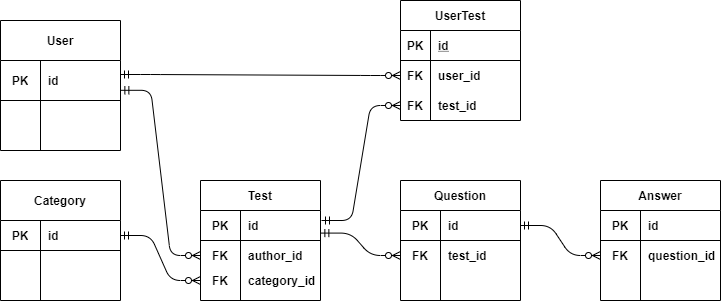
The draw.io diagram tmp/ER_model_diagram.png in svslight/test-guru, before a commit. Source tidied: cells renumbered, new cells last; positions are measured from the earlier drawing's top-left corner, leaving out a move shared by most shapes. Source of this version:
```xml
<mxGraphModel>
  <root>
    <mxCell id="0" />
    <mxCell id="1" parent="0" />
    <mxCell id="2" style="edgeStyle=entityRelationEdgeStyle;fontSize=12;html=1;endArrow=ERzeroToMany;startArrow=ERmandOne;entryX=0;entryY=0.5;entryDx=0;entryDy=0;exitX=1;exitY=0.5;exitDx=0;exitDy=0;" parent="1" edge="1" source="25" target="41">
      <mxGeometry relative="1" as="geometry" />
    </mxCell>
    <mxCell id="3" style="edgeStyle=entityRelationEdgeStyle;fontSize=12;html=1;endArrow=ERzeroToMany;startArrow=ERmandOne;entryX=0;entryY=0.5;entryDx=0;entryDy=0;" parent="1" edge="1" target="62">
      <mxGeometry relative="1" as="geometry">
        <mxPoint x="321" y="220" as="sourcePoint" />
      </mxGeometry>
    </mxCell>
    <mxCell id="4" style="edgeStyle=entityRelationEdgeStyle;fontSize=12;html=1;endArrow=ERzeroToMany;startArrow=ERmandOne;entryX=0;entryY=0.5;entryDx=0;entryDy=0;" parent="1" edge="1" target="59">
      <mxGeometry relative="1" as="geometry">
        <mxPoint x="120" y="74" as="sourcePoint" />
      </mxGeometry>
    </mxCell>
    <mxCell id="5" style="edgeStyle=entityRelationEdgeStyle;fontSize=12;html=1;endArrow=ERzeroToMany;startArrow=ERmandOne;exitX=1.003;exitY=0.753;exitDx=0;exitDy=0;entryX=0;entryY=0.5;entryDx=0;entryDy=0;exitPerimeter=0;" parent="1" edge="1" source="35" target="21">
      <mxGeometry relative="1" as="geometry" />
    </mxCell>
    <mxCell id="6" style="edgeStyle=entityRelationEdgeStyle;fontSize=12;html=1;endArrow=ERzeroToMany;startArrow=ERmandOne;entryX=0;entryY=0.5;entryDx=0;entryDy=0;exitX=1;exitY=0.5;exitDx=0;exitDy=0;" parent="1" edge="1" source="18" target="11">
      <mxGeometry relative="1" as="geometry" />
    </mxCell>
    <mxCell id="7" value="Answer" style="shape=table;html=1;whiteSpace=wrap;startSize=30;rowLines=0;fontStyle=1;align=center;" parent="1" vertex="1">
      <mxGeometry x="600" y="180" width="120" height="120" as="geometry" />
    </mxCell>
    <mxCell id="8" style="shape=partialRectangle;html=1;whiteSpace=wrap;fillColor=none;top=0;left=0;bottom=1;right=0;" parent="7" vertex="1">
      <mxGeometry y="30" width="120" height="30" as="geometry" />
    </mxCell>
    <mxCell id="9" value="&lt;b&gt;PK&lt;/b&gt;" style="shape=partialRectangle;html=1;whiteSpace=wrap;fillColor=none;top=0;left=0;bottom=0;right=0;overflow=hidden;" parent="8" vertex="1">
      <mxGeometry width="40" height="30" as="geometry" />
    </mxCell>
    <mxCell id="10" value="&lt;b&gt;id&lt;/b&gt;" style="shape=partialRectangle;html=1;whiteSpace=wrap;fillColor=none;top=0;left=0;bottom=0;right=0;align=left;spacingLeft=6;overflow=hidden;" parent="8" vertex="1">
      <mxGeometry x="40" width="80" height="30" as="geometry" />
    </mxCell>
    <mxCell id="11" style="shape=partialRectangle;html=1;whiteSpace=wrap;fillColor=none;top=0;left=0;bottom=0;right=0;points=[[0,0.5],[1,0.5]];portConstraint=eastwest;" parent="7" vertex="1">
      <mxGeometry y="60" width="120" height="30" as="geometry" />
    </mxCell>
    <mxCell id="12" value="&lt;b&gt;FK&lt;/b&gt;" style="shape=partialRectangle;html=1;whiteSpace=wrap;fillColor=none;top=0;left=0;bottom=0;right=0;overflow=hidden;" parent="11" vertex="1">
      <mxGeometry width="40" height="30" as="geometry" />
    </mxCell>
    <mxCell id="13" value="&lt;b&gt;question_id&lt;/b&gt;" style="shape=partialRectangle;html=1;whiteSpace=wrap;fillColor=none;top=0;left=0;bottom=0;right=0;align=left;spacingLeft=6;overflow=hidden;" parent="11" vertex="1">
      <mxGeometry x="40" width="80" height="30" as="geometry" />
    </mxCell>
    <mxCell id="14" style="shape=partialRectangle;html=1;whiteSpace=wrap;fillColor=none;top=0;left=0;bottom=0;right=0;" parent="7" vertex="1">
      <mxGeometry y="90" width="120" height="30" as="geometry" />
    </mxCell>
    <mxCell id="15" style="shape=partialRectangle;html=1;whiteSpace=wrap;fillColor=none;top=0;left=0;bottom=0;right=0;overflow=hidden;" parent="14" vertex="1">
      <mxGeometry width="40" height="30" as="geometry" />
    </mxCell>
    <mxCell id="16" style="shape=partialRectangle;html=1;whiteSpace=wrap;fillColor=none;top=0;left=0;bottom=0;right=0;align=left;spacingLeft=6;overflow=hidden;" parent="14" vertex="1">
      <mxGeometry x="40" width="80" height="30" as="geometry" />
    </mxCell>
    <mxCell id="17" value="Question" style="shape=table;html=1;whiteSpace=wrap;startSize=30;rowLines=0;fontStyle=1;align=center;" parent="1" vertex="1">
      <mxGeometry x="400" y="180" width="120" height="120" as="geometry" />
    </mxCell>
    <mxCell id="18" style="shape=partialRectangle;html=1;whiteSpace=wrap;fillColor=none;top=0;left=0;bottom=1;right=0;points=[[0,0.5],[1,0.5]];portConstraint=eastwest;" parent="17" vertex="1">
      <mxGeometry y="30" width="120" height="30" as="geometry" />
    </mxCell>
    <mxCell id="19" value="&lt;b&gt;PK&lt;/b&gt;" style="shape=partialRectangle;html=1;whiteSpace=wrap;fillColor=none;top=0;left=0;bottom=0;right=0;overflow=hidden;" parent="18" vertex="1">
      <mxGeometry width="40" height="30" as="geometry" />
    </mxCell>
    <mxCell id="20" value="&lt;b&gt;id&lt;/b&gt;" style="shape=partialRectangle;html=1;whiteSpace=wrap;fillColor=none;top=0;left=0;bottom=0;right=0;align=left;spacingLeft=6;overflow=hidden;" parent="18" vertex="1">
      <mxGeometry x="40" width="80" height="30" as="geometry" />
    </mxCell>
    <mxCell id="21" style="shape=partialRectangle;html=1;whiteSpace=wrap;fillColor=none;top=0;left=0;bottom=0;right=0;points=[[0,0.5],[1,0.5]];portConstraint=eastwest;" parent="17" vertex="1">
      <mxGeometry y="60" width="120" height="30" as="geometry" />
    </mxCell>
    <mxCell id="22" value="&lt;b&gt;FK&lt;/b&gt;" style="shape=partialRectangle;html=1;whiteSpace=wrap;fillColor=none;top=0;left=0;bottom=0;right=0;overflow=hidden;" parent="21" vertex="1">
      <mxGeometry width="40" height="30" as="geometry" />
    </mxCell>
    <mxCell id="23" value="&lt;b&gt;test_id&lt;/b&gt;" style="shape=partialRectangle;html=1;whiteSpace=wrap;fillColor=none;top=0;left=0;bottom=0;right=0;align=left;spacingLeft=6;overflow=hidden;" parent="21" vertex="1">
      <mxGeometry x="40" width="80" height="30" as="geometry" />
    </mxCell>
    <mxCell id="24" value="Category" style="shape=table;html=1;whiteSpace=wrap;startSize=40;rowLines=0;fontStyle=1;align=center;" parent="1" vertex="1">
      <mxGeometry y="180" width="120" height="120" as="geometry" />
    </mxCell>
    <mxCell id="25" style="shape=partialRectangle;html=1;whiteSpace=wrap;fillColor=none;top=0;left=0;bottom=1;right=0;points=[[0,0.5],[1,0.5]];portConstraint=eastwest;" parent="24" vertex="1">
      <mxGeometry y="40" width="120" height="30" as="geometry" />
    </mxCell>
    <mxCell id="26" value="&lt;b&gt;PK&lt;/b&gt;" style="shape=partialRectangle;html=1;whiteSpace=wrap;fillColor=none;top=0;left=0;bottom=0;right=0;overflow=hidden;" parent="25" vertex="1">
      <mxGeometry width="40" height="30" as="geometry" />
    </mxCell>
    <mxCell id="27" value="&lt;b&gt;id&lt;/b&gt;" style="shape=partialRectangle;html=1;whiteSpace=wrap;fillColor=none;top=0;left=0;bottom=0;right=0;align=left;spacingLeft=6;overflow=hidden;" parent="25" vertex="1">
      <mxGeometry x="40" width="80" height="30" as="geometry" />
    </mxCell>
    <mxCell id="28" style="shape=partialRectangle;html=1;whiteSpace=wrap;fillColor=none;top=0;left=0;bottom=0;right=0;" parent="24" vertex="1">
      <mxGeometry y="70" width="120" height="20" as="geometry" />
    </mxCell>
    <mxCell id="29" style="shape=partialRectangle;html=1;whiteSpace=wrap;fillColor=none;top=0;left=0;bottom=0;right=0;overflow=hidden;" parent="28" vertex="1">
      <mxGeometry width="40" height="20" as="geometry" />
    </mxCell>
    <mxCell id="30" style="shape=partialRectangle;html=1;whiteSpace=wrap;fillColor=none;top=0;left=0;bottom=0;right=0;align=left;spacingLeft=6;overflow=hidden;" parent="28" vertex="1">
      <mxGeometry x="40" width="80" height="20" as="geometry" />
    </mxCell>
    <mxCell id="31" style="shape=partialRectangle;html=1;whiteSpace=wrap;fillColor=none;top=0;left=0;bottom=0;right=0;" parent="24" vertex="1">
      <mxGeometry y="90" width="120" height="20" as="geometry" />
    </mxCell>
    <mxCell id="32" style="shape=partialRectangle;html=1;whiteSpace=wrap;fillColor=none;top=0;left=0;bottom=0;right=0;overflow=hidden;" parent="31" vertex="1">
      <mxGeometry width="40" height="20" as="geometry" />
    </mxCell>
    <mxCell id="33" style="shape=partialRectangle;html=1;whiteSpace=wrap;fillColor=none;top=0;left=0;bottom=0;right=0;align=left;spacingLeft=6;overflow=hidden;" parent="31" vertex="1">
      <mxGeometry x="40" width="80" height="20" as="geometry" />
    </mxCell>
    <mxCell id="34" value="Test" style="shape=table;html=1;whiteSpace=wrap;startSize=30;rowLines=0;fontStyle=1;align=center;" parent="1" vertex="1">
      <mxGeometry x="200" y="180" width="120" height="120" as="geometry" />
    </mxCell>
    <mxCell id="35" style="shape=partialRectangle;html=1;whiteSpace=wrap;fillColor=none;top=0;left=0;bottom=1;right=0;points=[[0,0.5],[1,0.5]];portConstraint=eastwest;" parent="34" vertex="1">
      <mxGeometry y="30" width="120" height="30" as="geometry" />
    </mxCell>
    <mxCell id="36" value="&lt;b&gt;PK&lt;/b&gt;" style="shape=partialRectangle;html=1;whiteSpace=wrap;fillColor=none;top=0;left=0;bottom=0;right=0;overflow=hidden;" parent="35" vertex="1">
      <mxGeometry width="40" height="30" as="geometry" />
    </mxCell>
    <mxCell id="37" value="&lt;b&gt;id&lt;/b&gt;" style="shape=partialRectangle;html=1;whiteSpace=wrap;fillColor=none;top=0;left=0;bottom=0;right=0;align=left;spacingLeft=6;overflow=hidden;" parent="35" vertex="1">
      <mxGeometry x="40" width="80" height="30" as="geometry" />
    </mxCell>
    <mxCell id="38" style="shape=partialRectangle;html=1;whiteSpace=wrap;fillColor=none;top=0;left=0;bottom=0;right=0;points=[[0,0.5],[1,0.5]];portConstraint=eastwest;" parent="34" vertex="1">
      <mxGeometry y="60" width="120" height="30" as="geometry" />
    </mxCell>
    <mxCell id="39" value="&lt;b&gt;FK&lt;/b&gt;" style="shape=partialRectangle;html=1;whiteSpace=wrap;fillColor=none;top=0;left=0;bottom=0;right=0;overflow=hidden;" parent="38" vertex="1">
      <mxGeometry width="40" height="30" as="geometry" />
    </mxCell>
    <mxCell id="40" value="&lt;b&gt;author_id&lt;/b&gt;" style="shape=partialRectangle;html=1;whiteSpace=wrap;fillColor=none;top=0;left=0;bottom=0;right=0;align=left;spacingLeft=6;overflow=hidden;" parent="38" vertex="1">
      <mxGeometry x="40" width="80" height="30" as="geometry" />
    </mxCell>
    <mxCell id="41" style="shape=partialRectangle;html=1;whiteSpace=wrap;fillColor=none;top=0;left=0;bottom=0;right=0;points=[[0,0.5],[1,0.5]];portConstraint=eastwest;" parent="34" vertex="1">
      <mxGeometry y="90" width="120" height="20" as="geometry" />
    </mxCell>
    <mxCell id="42" value="&lt;b&gt;FK&lt;/b&gt;" style="shape=partialRectangle;html=1;whiteSpace=wrap;fillColor=none;top=0;left=0;bottom=0;right=0;overflow=hidden;" parent="41" vertex="1">
      <mxGeometry width="40" height="20" as="geometry" />
    </mxCell>
    <mxCell id="43" value="&lt;b&gt;category_id&lt;/b&gt;" style="shape=partialRectangle;html=1;whiteSpace=wrap;fillColor=none;top=0;left=0;bottom=0;right=0;align=left;spacingLeft=6;overflow=hidden;" parent="41" vertex="1">
      <mxGeometry x="40" width="80" height="20" as="geometry" />
    </mxCell>
    <mxCell id="44" style="edgeStyle=entityRelationEdgeStyle;fontSize=12;html=1;endArrow=ERzeroToMany;startArrow=ERmandOne;entryX=0;entryY=0.5;entryDx=0;entryDy=0;exitX=1.003;exitY=0.745;exitDx=0;exitDy=0;exitPerimeter=0;" parent="1" edge="1" source="46" target="38">
      <mxGeometry relative="1" as="geometry" />
    </mxCell>
    <mxCell id="45" value="User" style="shape=table;html=1;whiteSpace=wrap;startSize=40;rowLines=0;fontStyle=1;align=center;" parent="1" vertex="1">
      <mxGeometry y="20" width="120" height="130" as="geometry" />
    </mxCell>
    <mxCell id="46" style="shape=partialRectangle;html=1;whiteSpace=wrap;fillColor=none;top=0;left=0;bottom=1;right=0;points=[[0,0.5],[1,0.5]];portConstraint=eastwest;" parent="45" vertex="1">
      <mxGeometry y="40" width="120" height="40" as="geometry" />
    </mxCell>
    <mxCell id="47" value="&lt;b&gt;PK&lt;/b&gt;" style="shape=partialRectangle;html=1;whiteSpace=wrap;fillColor=none;top=0;left=0;bottom=0;right=0;overflow=hidden;" parent="46" vertex="1">
      <mxGeometry width="40" height="40" as="geometry" />
    </mxCell>
    <mxCell id="48" value="&lt;b&gt;id&lt;/b&gt;" style="shape=partialRectangle;html=1;whiteSpace=wrap;fillColor=none;top=0;left=0;bottom=0;right=0;align=left;spacingLeft=6;overflow=hidden;" parent="46" vertex="1">
      <mxGeometry x="40" width="80" height="40" as="geometry" />
    </mxCell>
    <mxCell id="49" style="shape=partialRectangle;html=1;whiteSpace=wrap;fillColor=none;top=0;left=0;bottom=0;right=0;" parent="45" vertex="1">
      <mxGeometry y="80" width="120" height="30" as="geometry" />
    </mxCell>
    <mxCell id="50" style="shape=partialRectangle;html=1;whiteSpace=wrap;fillColor=none;top=0;left=0;bottom=0;right=0;overflow=hidden;" parent="49" vertex="1">
      <mxGeometry width="40" height="30" as="geometry" />
    </mxCell>
    <mxCell id="51" style="shape=partialRectangle;html=1;whiteSpace=wrap;fillColor=none;top=0;left=0;bottom=0;right=0;align=left;spacingLeft=6;overflow=hidden;" parent="49" vertex="1">
      <mxGeometry x="40" width="80" height="30" as="geometry" />
    </mxCell>
    <mxCell id="52" style="shape=partialRectangle;html=1;whiteSpace=wrap;fillColor=none;top=0;left=0;bottom=0;right=0;" parent="45" vertex="1">
      <mxGeometry y="110" width="120" height="20" as="geometry" />
    </mxCell>
    <mxCell id="53" style="shape=partialRectangle;html=1;whiteSpace=wrap;fillColor=none;top=0;left=0;bottom=0;right=0;overflow=hidden;" parent="52" vertex="1">
      <mxGeometry width="40" height="20" as="geometry" />
    </mxCell>
    <mxCell id="54" style="shape=partialRectangle;html=1;whiteSpace=wrap;fillColor=none;top=0;left=0;bottom=0;right=0;align=left;spacingLeft=6;overflow=hidden;" parent="52" vertex="1">
      <mxGeometry x="40" width="80" height="20" as="geometry" />
    </mxCell>
    <mxCell id="55" value="UserTest" style="shape=table;startSize=30;rowLines=0;fontStyle=1;align=center;" parent="1" vertex="1">
      <mxGeometry x="400" width="120" height="120" as="geometry" />
    </mxCell>
    <mxCell id="56" style="shape=partialRectangle;fillColor=none;top=0;left=0;bottom=1;right=0;" parent="55" vertex="1">
      <mxGeometry y="30" width="120" height="30" as="geometry" />
    </mxCell>
    <mxCell id="57" value="PK" style="shape=partialRectangle;fillColor=none;top=0;left=0;bottom=0;right=0;fontStyle=1;overflow=hidden;" parent="56" vertex="1">
      <mxGeometry width="30" height="30" as="geometry" />
    </mxCell>
    <mxCell id="58" value="id" style="shape=partialRectangle;fillColor=none;top=0;left=0;bottom=0;right=0;align=left;spacingLeft=6;fontStyle=5;overflow=hidden;" parent="56" vertex="1">
      <mxGeometry x="30" width="90" height="30" as="geometry" />
    </mxCell>
    <mxCell id="59" style="shape=partialRectangle;fillColor=none;top=0;left=0;bottom=0;right=0;points=[[0,0.5],[1,0.5]];portConstraint=eastwest;" parent="55" vertex="1">
      <mxGeometry y="60" width="120" height="30" as="geometry" />
    </mxCell>
    <mxCell id="60" value="FK" style="shape=partialRectangle;fillColor=none;top=0;left=0;bottom=0;right=0;overflow=hidden;fontStyle=1;" parent="59" vertex="1">
      <mxGeometry width="30" height="30" as="geometry" />
    </mxCell>
    <mxCell id="61" value="user_id" style="shape=partialRectangle;fillColor=none;top=0;left=0;bottom=0;right=0;align=left;spacingLeft=6;overflow=hidden;fontStyle=1;" parent="59" vertex="1">
      <mxGeometry x="30" width="90" height="30" as="geometry" />
    </mxCell>
    <mxCell id="62" style="shape=partialRectangle;fillColor=none;top=0;left=0;bottom=0;right=0;points=[[0,0.5],[1,0.5]];portConstraint=eastwest;" parent="55" vertex="1">
      <mxGeometry y="90" width="120" height="30" as="geometry" />
    </mxCell>
    <mxCell id="63" value="FK" style="shape=partialRectangle;fillColor=none;top=0;left=0;bottom=0;right=0;overflow=hidden;fontStyle=1;" parent="62" vertex="1">
      <mxGeometry width="30" height="30" as="geometry" />
    </mxCell>
    <mxCell id="64" value="test_id" style="shape=partialRectangle;fillColor=none;top=0;left=0;bottom=0;right=0;align=left;spacingLeft=6;overflow=hidden;fontStyle=1;" parent="62" vertex="1">
      <mxGeometry x="30" width="90" height="30" as="geometry" />
    </mxCell>
  </root>
</mxGraphModel>
```
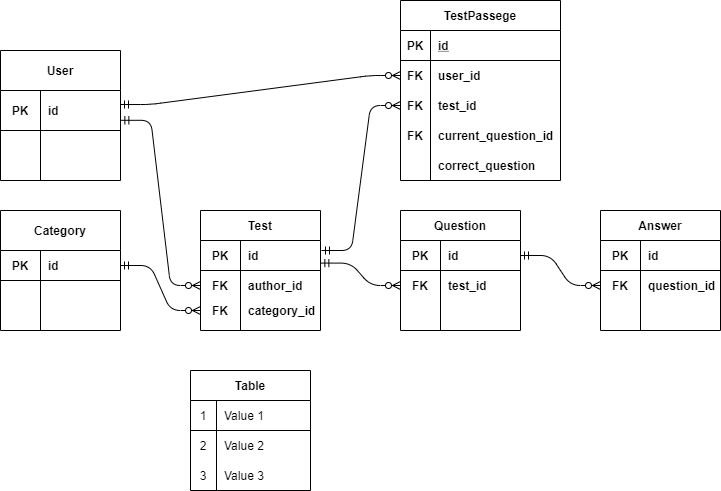
Later version of the same file.

The edit, as a diff of the source:
```diff
@@ -165,35 +165,83 @@
     <mxCell id="54" style="shape=partialRectangle;html=1;whiteSpace=wrap;fillColor=none;top=0;left=0;bottom=0;right=0;align=left;spacingLeft=6;overflow=hidden;" parent="52" vertex="1">
       <mxGeometry x="40" width="80" height="20" as="geometry" />
     </mxCell>
-    <mxCell id="55" value="UserTest" style="shape=table;startSize=30;rowLines=0;fontStyle=1;align=center;" parent="1" vertex="1">
-      <mxGeometry x="400" width="120" height="120" as="geometry" />
+    <mxCell id="55" value="TestPassege" style="shape=table;startSize=30;rowLines=0;fontStyle=1;align=center;" parent="1" vertex="1">
+      <mxGeometry x="400" y="-30" width="160" height="180" as="geometry" />
     </mxCell>
     <mxCell id="56" style="shape=partialRectangle;fillColor=none;top=0;left=0;bottom=1;right=0;" parent="55" vertex="1">
-      <mxGeometry y="30" width="120" height="30" as="geometry" />
+      <mxGeometry y="30" width="160" height="30" as="geometry" />
     </mxCell>
     <mxCell id="57" value="PK" style="shape=partialRectangle;fillColor=none;top=0;left=0;bottom=0;right=0;fontStyle=1;overflow=hidden;" parent="56" vertex="1">
       <mxGeometry width="30" height="30" as="geometry" />
     </mxCell>
     <mxCell id="58" value="id" style="shape=partialRectangle;fillColor=none;top=0;left=0;bottom=0;right=0;align=left;spacingLeft=6;fontStyle=5;overflow=hidden;" parent="56" vertex="1">
-      <mxGeometry x="30" width="90" height="30" as="geometry" />
+      <mxGeometry x="30" width="130" height="30" as="geometry" />
     </mxCell>
     <mxCell id="59" style="shape=partialRectangle;fillColor=none;top=0;left=0;bottom=0;right=0;points=[[0,0.5],[1,0.5]];portConstraint=eastwest;" parent="55" vertex="1">
-      <mxGeometry y="60" width="120" height="30" as="geometry" />
+      <mxGeometry y="60" width="160" height="30" as="geometry" />
     </mxCell>
     <mxCell id="60" value="FK" style="shape=partialRectangle;fillColor=none;top=0;left=0;bottom=0;right=0;overflow=hidden;fontStyle=1;" parent="59" vertex="1">
       <mxGeometry width="30" height="30" as="geometry" />
     </mxCell>
     <mxCell id="61" value="user_id" style="shape=partialRectangle;fillColor=none;top=0;left=0;bottom=0;right=0;align=left;spacingLeft=6;overflow=hidden;fontStyle=1;" parent="59" vertex="1">
-      <mxGeometry x="30" width="90" height="30" as="geometry" />
+      <mxGeometry x="30" width="130" height="30" as="geometry" />
     </mxCell>
     <mxCell id="62" style="shape=partialRectangle;fillColor=none;top=0;left=0;bottom=0;right=0;points=[[0,0.5],[1,0.5]];portConstraint=eastwest;" parent="55" vertex="1">
-      <mxGeometry y="90" width="120" height="30" as="geometry" />
+      <mxGeometry y="90" width="160" height="30" as="geometry" />
     </mxCell>
     <mxCell id="63" value="FK" style="shape=partialRectangle;fillColor=none;top=0;left=0;bottom=0;right=0;overflow=hidden;fontStyle=1;" parent="62" vertex="1">
       <mxGeometry width="30" height="30" as="geometry" />
     </mxCell>
     <mxCell id="64" value="test_id" style="shape=partialRectangle;fillColor=none;top=0;left=0;bottom=0;right=0;align=left;spacingLeft=6;overflow=hidden;fontStyle=1;" parent="62" vertex="1">
-      <mxGeometry x="30" width="90" height="30" as="geometry" />
+      <mxGeometry x="30" width="130" height="30" as="geometry" />
     </mxCell>
+    <mxCell id="65" style="shape=partialRectangle;fillColor=none;top=0;left=0;bottom=0;right=0;" parent="55" vertex="1">
+      <mxGeometry y="120" width="160" height="30" as="geometry" />
+    </mxCell>
+    <mxCell id="66" value="FK" style="shape=partialRectangle;fillColor=none;top=0;left=0;bottom=0;right=0;overflow=hidden;fontStyle=1;" parent="65" vertex="1">
+      <mxGeometry width="30" height="30" as="geometry" />
+    </mxCell>
+    <mxCell id="67" value="current_question_id" style="shape=partialRectangle;fillColor=none;top=0;left=0;bottom=0;right=0;align=left;spacingLeft=6;overflow=hidden;fontStyle=1;" parent="65" vertex="1">
+      <mxGeometry x="30" width="130" height="30" as="geometry" />
+    </mxCell>
+    <mxCell id="68" style="shape=partialRectangle;fillColor=none;top=0;left=0;bottom=0;right=0;" parent="55" vertex="1">
+      <mxGeometry y="150" width="160" height="30" as="geometry" />
+    </mxCell>
+    <mxCell id="69" style="shape=partialRectangle;fillColor=none;top=0;left=0;bottom=0;right=0;overflow=hidden;fontStyle=1;" parent="68" vertex="1">
+      <mxGeometry width="30" height="30" as="geometry" />
+    </mxCell>
+    <mxCell id="70" value="correct_question" style="shape=partialRectangle;fillColor=none;top=0;left=0;bottom=0;right=0;align=left;spacingLeft=6;overflow=hidden;fontStyle=1;" parent="68" vertex="1">
+      <mxGeometry x="30" width="130" height="30" as="geometry" />
+    </mxCell>
+    <mxCell id="71" value="Table" style="shape=table;html=1;whiteSpace=wrap;startSize=30;rowLines=0;fontStyle=1;align=center;" parent="1" vertex="1">
+      <mxGeometry x="190" y="340" width="120" height="120" as="geometry" />
+    </mxCell>
+    <mxCell id="72" style="shape=partialRectangle;html=1;whiteSpace=wrap;fillColor=none;top=0;left=0;bottom=1;right=0;" parent="71" vertex="1">
+      <mxGeometry y="30" width="120" height="30" as="geometry" />
+    </mxCell>
+    <mxCell id="73" value="1" style="shape=partialRectangle;html=1;whiteSpace=wrap;fillColor=none;top=0;left=0;bottom=0;right=0;overflow=hidden;" parent="72" vertex="1">
+      <mxGeometry width="26" height="30" as="geometry" />
+    </mxCell>
+    <mxCell id="74" value="Value 1" style="shape=partialRectangle;html=1;whiteSpace=wrap;fillColor=none;top=0;left=0;bottom=0;right=0;align=left;spacingLeft=6;overflow=hidden;" parent="72" vertex="1">
+      <mxGeometry x="26" width="94" height="30" as="geometry" />
+    </mxCell>
+    <mxCell id="75" style="shape=partialRectangle;html=1;whiteSpace=wrap;fillColor=none;top=0;left=0;bottom=0;right=0;" parent="71" vertex="1">
+      <mxGeometry y="60" width="120" height="30" as="geometry" />
+    </mxCell>
+    <mxCell id="76" value="2" style="shape=partialRectangle;html=1;whiteSpace=wrap;fillColor=none;top=0;left=0;bottom=0;right=0;overflow=hidden;" parent="75" vertex="1">
+      <mxGeometry width="26" height="30" as="geometry" />
+    </mxCell>
+    <mxCell id="77" value="Value 2" style="shape=partialRectangle;html=1;whiteSpace=wrap;fillColor=none;top=0;left=0;bottom=0;right=0;align=left;spacingLeft=6;overflow=hidden;" parent="75" vertex="1">
+      <mxGeometry x="26" width="94" height="30" as="geometry" />
+    </mxCell>
+    <mxCell id="78" style="shape=partialRectangle;html=1;whiteSpace=wrap;fillColor=none;top=0;left=0;bottom=0;right=0;" parent="71" vertex="1">
+      <mxGeometry y="90" width="120" height="30" as="geometry" />
+    </mxCell>
+    <mxCell id="79" value="3" style="shape=partialRectangle;html=1;whiteSpace=wrap;fillColor=none;top=0;left=0;bottom=0;right=0;overflow=hidden;" parent="78" vertex="1">
+      <mxGeometry width="26" height="30" as="geometry" />
+    </mxCell>
+    <mxCell id="80" value="Value 3" style="shape=partialRectangle;html=1;whiteSpace=wrap;fillColor=none;top=0;left=0;bottom=0;right=0;align=left;spacingLeft=6;overflow=hidden;" parent="78" vertex="1">
+      <mxGeometry x="26" width="94" height="30" as="geometry" />
+    </mxCell>
   </root>
 </mxGraphModel>
```
